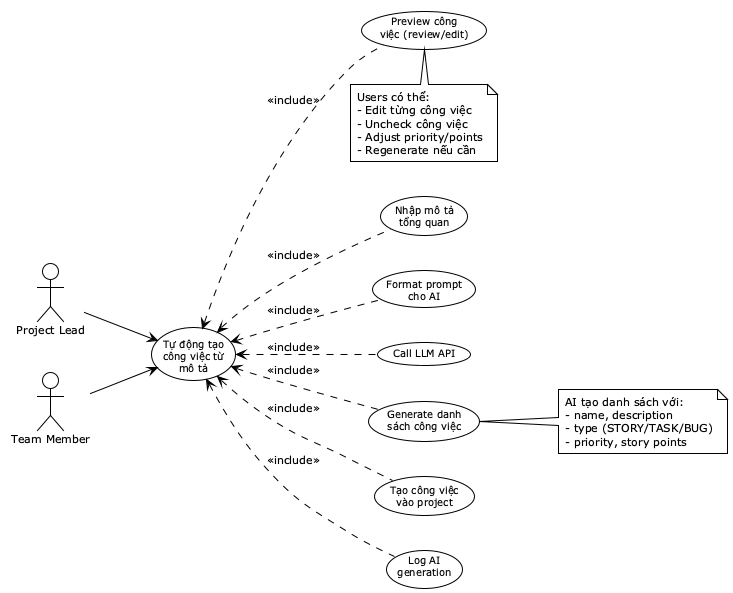
This is reports/dat-examples/report/images/uc03_6_ai_generate_issues.png from toantran292/datn, a PlantUML export, as it was before one commit.
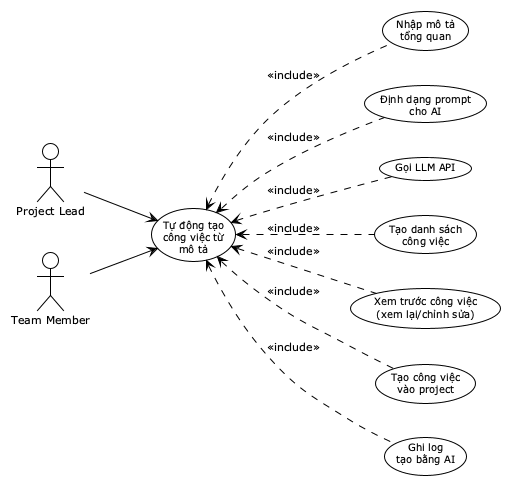
After the commit.

Diff of the diagram source:
```diff
@@ -10,12 +10,12 @@
 
 usecase "Tự động tạo\ncông việc từ\nmô tả" as UC_AutoGen
 usecase "Nhập mô tả\ntổng quan" as UC_InputDesc
-usecase "Format prompt\ncho AI" as UC_FormatPrompt
-usecase "Call LLM API" as UC_CallAPI
-usecase "Generate danh\nsách công việc" as UC_GenIssues
-usecase "Preview công\nviệc (review/edit)" as UC_Preview
+usecase "Định dạng prompt\ncho AI" as UC_FormatPrompt
+usecase "Gọi LLM API" as UC_CallAPI
+usecase "Tạo danh sách\ncông việc" as UC_GenIssues
+usecase "Xem trước công việc\n(xem lại/chỉnh sửa)" as UC_Preview
 usecase "Tạo công việc\nvào project" as UC_CreateIssues
-usecase "Log AI\ngeneration" as UC_LogAI
+usecase "Ghi log\ntạo bằng AI" as UC_LogAI
 
 PL --> UC_AutoGen
 TM --> UC_AutoGen
@@ -28,19 +28,6 @@
 UC_CreateIssues .up.> UC_AutoGen : <<include>>
 UC_LogAI .up.> UC_AutoGen : <<include>>
 
-note right of UC_GenIssues
-  AI tạo danh sách với:
-  - name, description
-  - type (STORY/TASK/BUG)
-  - priority, story points
-end note
 
-note bottom of UC_Preview
-  Users có thể:
-  - Edit từng công việc
-  - Uncheck công việc
-  - Adjust priority/points
-  - Regenerate nếu cần
-end note
 
 @enduml
```
